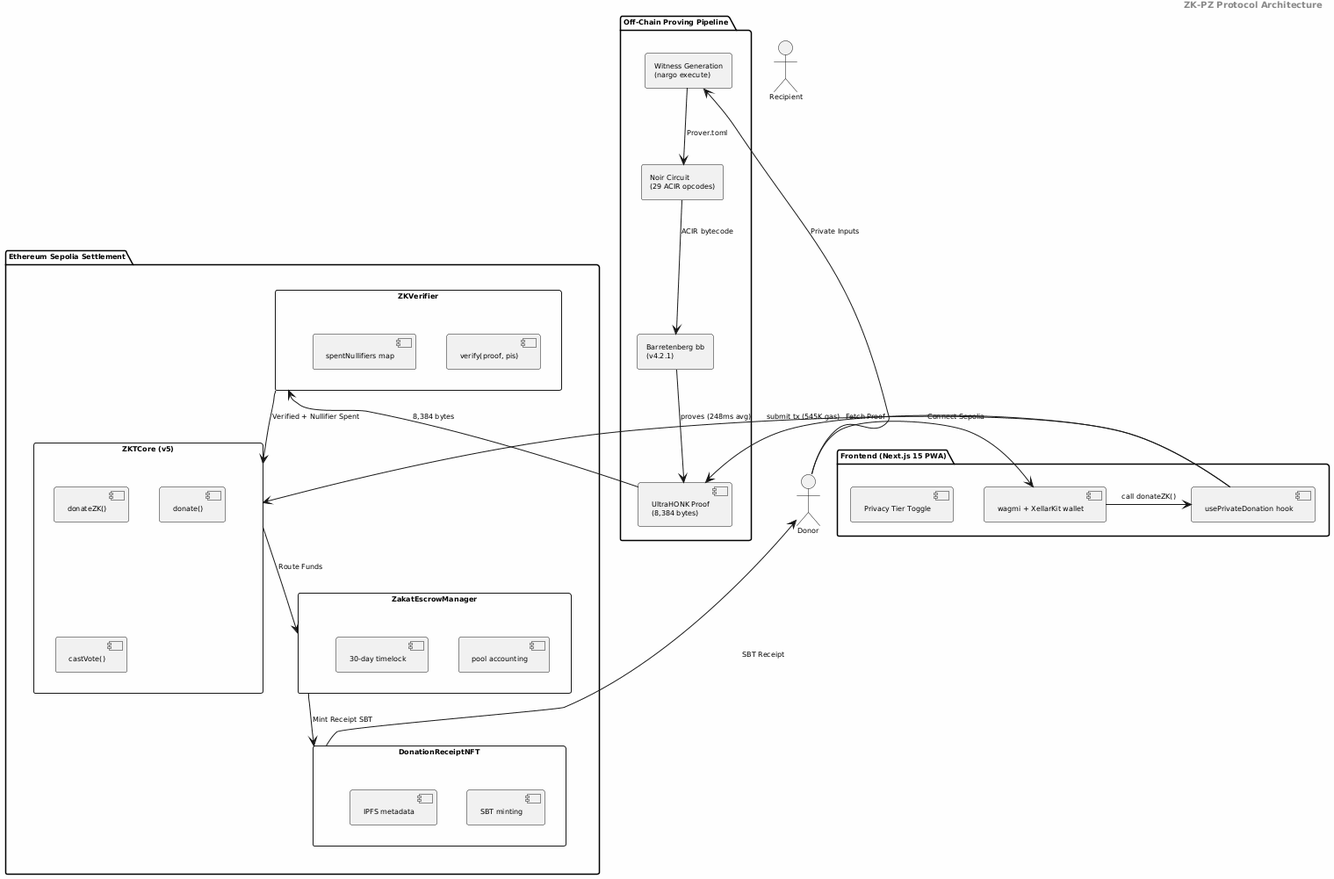
Before: conceptual_model.png, a diagram exported from PlantUML (tawf-labs/zkt-research). Source of this version:
```plantuml
@startuml
skinparam backgroundColor #FEFEFE
skinparam shadowing false
skinparam defaultFontName Arial
skinparam defaultFontSize 8
skinparam packagePadding 2
skinparam nodePadding 2

header <b>ZK-PZ Protocol Architecture</b>

actor Donor
actor Recipient

package "Off-Chain Proving Pipeline" {
  rectangle "Noir Circuit\n(29 ACIR opcodes)" as Circuit
  rectangle "Barretenberg bb\n(v4.2.1)" as BB
  rectangle "Witness Generation\n(nargo execute)" as Witness
  component "UltraHONK Proof\n(8,384 bytes)" as Proof
}

package "Ethereum Sepolia Settlement" {
  rectangle "ZKVerifier" as Verifier {
    component "verify(proof, pis)"
    component "spentNullifiers map"
  }
  rectangle "ZKTCore (v5)" as Core {
    component "donateZK()"
    component "donate()"
    component "castVote()"
  }
  rectangle "ZakatEscrowManager" as Escrow {
    component "pool accounting"
    component "30-day timelock"
  }
  rectangle "DonationReceiptNFT" as NFT {
    component "SBT minting"
    component "IPFS metadata"
  }
}

package "Frontend (Next.js 15 PWA)" as FE {
  component "usePrivateDonation hook" as Hook
  component "Privacy Tier Toggle" as Toggle
  component "wagmi + XellarKit wallet" as Wallet
}

Donor --> Witness : Private Inputs
Witness --> Circuit : Prover.toml
Circuit --> BB : ACIR bytecode
BB --> Proof : proves (248ms avg)
Proof --> Verifier : 8,384 bytes
Verifier --> Core : Verified + Nullifier Spent
Core --> Escrow : Route Funds
Escrow --> NFT : Mint Receipt SBT
NFT --> Donor : SBT Receipt

Donor -> Wallet : Connect Sepolia
Wallet -> Hook : call donateZK()
Hook -> Proof : Fetch Proof
Hook -> Core : submit tx (545K gas)

@enduml
```
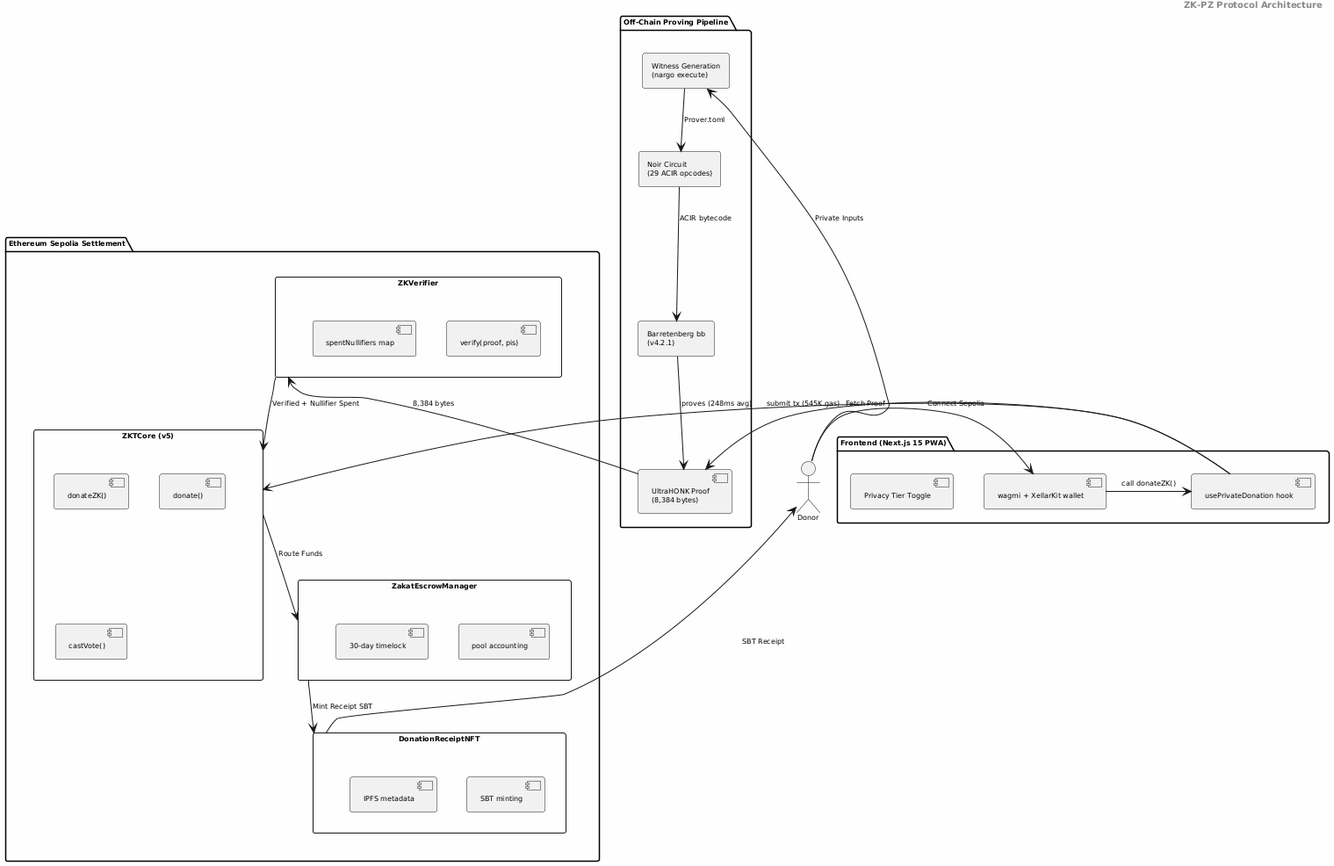
The same file after the commit.

Commit message:
fix: audit all diagrams against codebase, remove orphan recipient, fix contract count, dotted escrow disbursement

The edit, as a diff of the source:
```diff
@@ -9,7 +9,6 @@
 header <b>ZK-PZ Protocol Architecture</b>
 
 actor Donor
-actor Recipient
 
 package "Off-Chain Proving Pipeline" {
   rectangle "Noir Circuit\n(29 ACIR opcodes)" as Circuit
```
